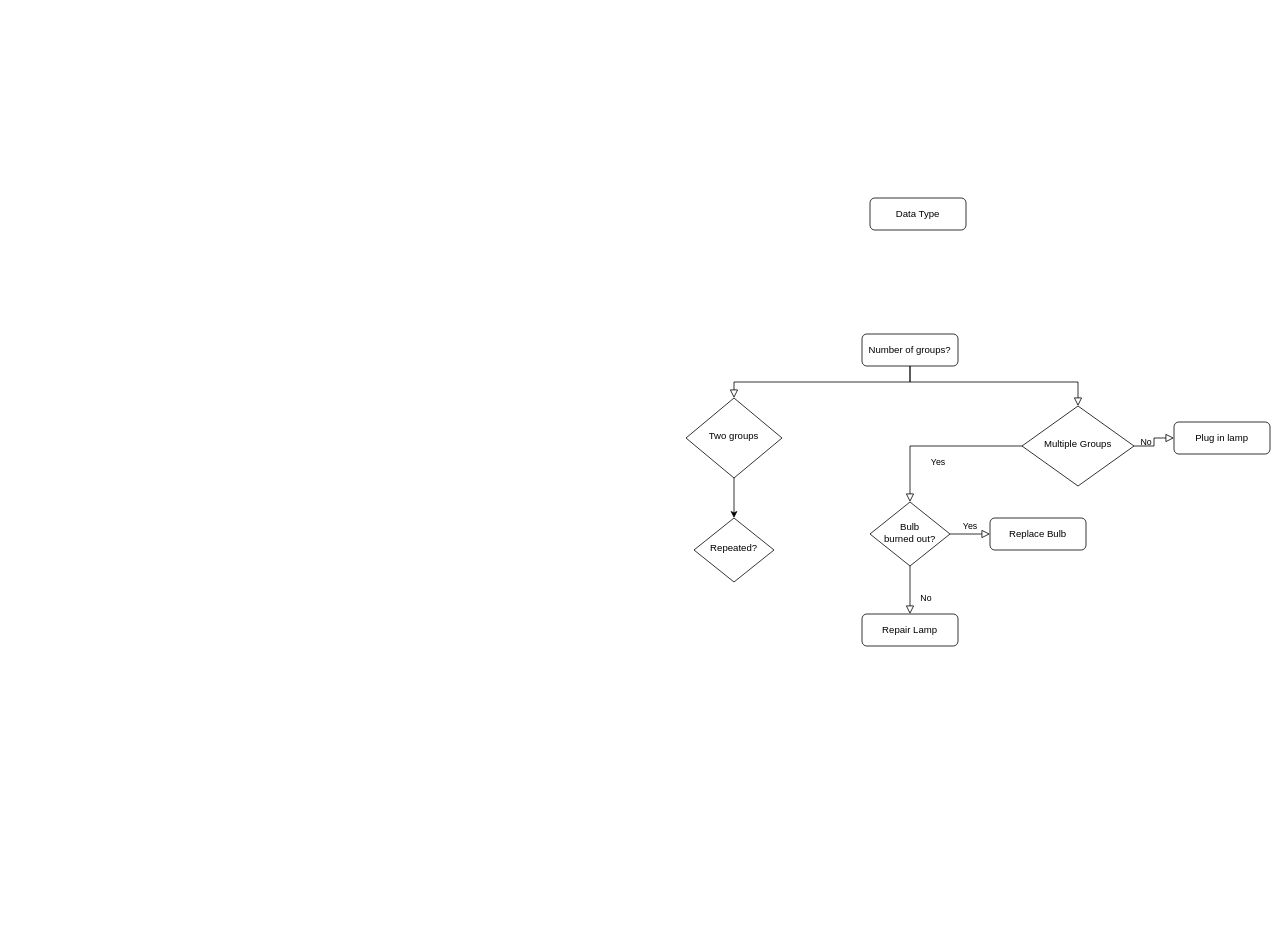
This is Somnium.drawio from matyasosvath/somnium, a draw.io file, before an edit. Source tidied: cells renumbered, new cells numbered last; positions are measured from the earlier drawing's top-left corner, leaving out a move shared by most shapes. Both pictures are drawn from the tidied source at 80%, with x=0, y=0 at pixel (686, 198).
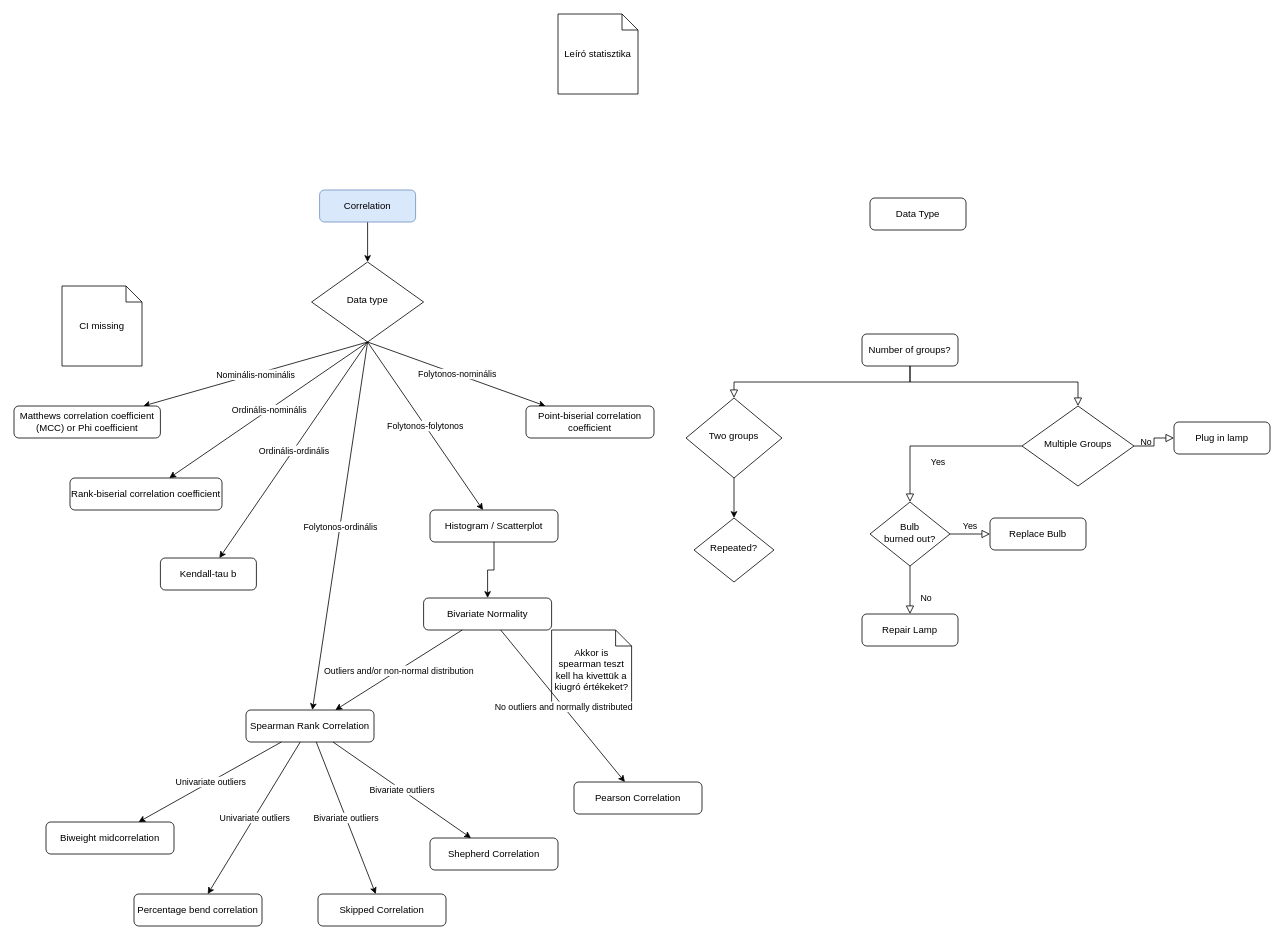
The same page after the edit.

Commit message (it also covers changes not shown here):
added correlation folyamatabra

Change to the diagram source:
```diff
@@
+    <mxCell id="19" value="Akkor is spearman teszt kell ha kivettük a kiugró értékeket?" style="shape=note;size=20;whiteSpace=wrap;html=1;" parent="1" vertex="1">
+      <mxGeometry x="-168" y="540" width="100" height="100" as="geometry" />
+    </mxCell>
@@
+    <mxCell id="20" style="edgeStyle=orthogonalEdgeStyle;rounded=0;jettySize=auto;html=1;" parent="1" edge="1" source="21" target="22">
+      <mxGeometry relative="1" as="geometry" />
+    </mxCell>
+    <mxCell id="21" value="Correlation" style="rounded=1;whiteSpace=wrap;html=1;fontSize=12;glass=0;strokeWidth=1;shadow=0;fillColor=#dae8fc;strokeColor=#6c8ebf;" parent="1" vertex="1">
+      <mxGeometry x="-458" y="-10" width="120" height="40" as="geometry" />
+    </mxCell>
+    <mxCell id="22" value="Data type" style="rhombus;whiteSpace=wrap;html=1;shadow=0;fontFamily=Helvetica;fontSize=12;align=center;strokeWidth=1;spacing=6;spacingTop=-4;" parent="1" vertex="1">
+      <mxGeometry x="-468" y="80" width="140" height="100" as="geometry" />
+    </mxCell>
+    <mxCell id="23" value="Kendall-tau b" style="rounded=1;whiteSpace=wrap;html=1;fontSize=12;glass=0;strokeWidth=1;shadow=0;" parent="1" vertex="1">
+      <mxGeometry x="-657" y="450" width="120" height="40" as="geometry" />
+    </mxCell>
+    <mxCell id="24" style="edgeStyle=orthogonalEdgeStyle;rounded=0;orthogonalLoop=1;jettySize=auto;html=1;exitX=0.5;exitY=1;exitDx=0;exitDy=0;" parent="1" edge="1">
+      <mxGeometry relative="1" as="geometry">
+        <mxPoint x="-598" y="350" as="sourcePoint" />
+        <mxPoint x="-598" y="350" as="targetPoint" />
+      </mxGeometry>
+    </mxCell>
+    <mxCell id="25" style="endArrow=classic;html=1;rounded=0;exitX=0.5;exitY=1;exitDx=0;exitDy=0;" parent="1" edge="1" source="22" target="36">
+      <mxGeometry relative="1" as="geometry" />
+    </mxCell>
+    <mxCell id="26" value="Folytonos-folytonos" style="edgeLabel;html=1;align=center;verticalAlign=middle;" parent="25" vertex="1">
+      <mxGeometry relative="1" as="geometry" />
+    </mxCell>
+    <mxCell id="27" style="endArrow=classic;html=1;rounded=0;exitX=0.5;exitY=1;exitDx=0;exitDy=0;" parent="1" edge="1" source="22" target="39">
+      <mxGeometry relative="1" as="geometry" />
+    </mxCell>
+    <mxCell id="28" value="Nominális-nominális" style="edgeLabel;html=1;align=center;verticalAlign=middle;" parent="27" vertex="1">
+      <mxGeometry relative="1" as="geometry" />
+    </mxCell>
+    <mxCell id="29" style="endArrow=classic;html=1;rounded=0;exitX=0.5;exitY=1;exitDx=0;exitDy=0;" parent="1" edge="1" source="22" target="38">
+      <mxGeometry relative="1" as="geometry" />
+    </mxCell>
+    <mxCell id="30" value="Ordinális-nominális" style="edgeLabel;html=1;align=center;verticalAlign=middle;" parent="29" vertex="1">
+      <mxGeometry relative="1" as="geometry" />
+    </mxCell>
+    <mxCell id="31" style="endArrow=classic;html=1;rounded=0;exitX=0.5;exitY=1;exitDx=0;exitDy=0;" parent="1" edge="1" source="22" target="23">
+      <mxGeometry relative="1" as="geometry" />
+    </mxCell>
+    <mxCell id="32" value="Ordinális-ordinális" style="edgeLabel;html=1;align=center;verticalAlign=middle;" parent="31" vertex="1">
+      <mxGeometry relative="1" as="geometry" />
+    </mxCell>
+    <mxCell id="33" style="endArrow=classic;html=1;rounded=0;exitX=0.5;exitY=1;exitDx=0;exitDy=0;" parent="1" edge="1" source="22" target="37">
+      <mxGeometry relative="1" as="geometry" />
+    </mxCell>
+    <mxCell id="34" value="Folytonos-nominális" style="edgeLabel;html=1;align=center;verticalAlign=middle;" parent="33" vertex="1">
+      <mxGeometry relative="1" as="geometry" />
+    </mxCell>
+    <mxCell id="35" style="edgeStyle=orthogonalEdgeStyle;rounded=0;jettySize=auto;html=1;" parent="1" edge="1" source="36" target="43">
+      <mxGeometry relative="1" as="geometry" />
+    </mxCell>
+    <mxCell id="36" value="Histogram / Scatterplot" style="rounded=1;whiteSpace=wrap;html=1;fontSize=12;glass=0;strokeWidth=1;shadow=0;" parent="1" vertex="1">
+      <mxGeometry x="-320" y="390" width="160" height="40" as="geometry" />
+    </mxCell>
+    <mxCell id="37" value="Point-biserial correlation coefficient" style="rounded=1;whiteSpace=wrap;html=1;fontSize=12;glass=0;strokeWidth=1;shadow=0;" parent="1" vertex="1">
+      <mxGeometry x="-200" y="260" width="160" height="40" as="geometry" />
+    </mxCell>
+    <mxCell id="38" value="Rank-biserial correlation coefficient" style="rounded=1;whiteSpace=wrap;html=1;fontSize=12;glass=0;strokeWidth=1;shadow=0;" parent="1" vertex="1">
+      <mxGeometry x="-770" y="350" width="190" height="40" as="geometry" />
+    </mxCell>
+    <mxCell id="39" value="Matthews correlation coefficient (MCC) or Phi coefficient" style="rounded=1;whiteSpace=wrap;html=1;fontSize=12;glass=0;strokeWidth=1;shadow=0;" parent="1" vertex="1">
+      <mxGeometry x="-840" y="260" width="183" height="40" as="geometry" />
+    </mxCell>
+    <mxCell id="40" style="endArrow=classic;html=1;rounded=0;exitX=0.5;exitY=1;exitDx=0;exitDy=0;" parent="1" edge="1" source="22" target="42">
+      <mxGeometry relative="1" as="geometry" />
+    </mxCell>
+    <mxCell id="41" value="Folytonos-ordinális" style="edgeLabel;html=1;align=center;verticalAlign=middle;" parent="40" vertex="1">
+      <mxGeometry relative="1" as="geometry" />
+    </mxCell>
+    <mxCell id="42" value="Spearman Rank Correlation" style="rounded=1;whiteSpace=wrap;html=1;fontSize=12;glass=0;strokeWidth=1;shadow=0;" parent="1" vertex="1">
+      <mxGeometry x="-550" y="640" width="160" height="40" as="geometry" />
+    </mxCell>
+    <mxCell id="43" value="Bivariate Normality" style="rounded=1;whiteSpace=wrap;html=1;fontSize=12;glass=0;strokeWidth=1;shadow=0;" parent="1" vertex="1">
+      <mxGeometry x="-328" y="500" width="160" height="40" as="geometry" />
+    </mxCell>
+    <mxCell id="44" value="Pearson Correlation" style="rounded=1;whiteSpace=wrap;html=1;fontSize=12;glass=0;strokeWidth=1;shadow=0;" parent="1" vertex="1">
+      <mxGeometry x="-140" y="730" width="160" height="40" as="geometry" />
+    </mxCell>
+    <mxCell id="45" style="endArrow=classic;html=1;rounded=0;" parent="1" edge="1" source="43" target="44">
+      <mxGeometry relative="1" as="geometry" />
+    </mxCell>
+    <mxCell id="46" value="No outliers and normally distributed" style="edgeLabel;html=1;align=center;verticalAlign=middle;" parent="45" vertex="1">
+      <mxGeometry relative="1" as="geometry" />
+    </mxCell>
+    <mxCell id="47" style="endArrow=classic;html=1;rounded=0;" parent="1" edge="1" source="43" target="42">
+      <mxGeometry relative="1" as="geometry" />
+    </mxCell>
+    <mxCell id="48" value="Outliers and/or non-normal distribution" style="edgeLabel;html=1;align=center;verticalAlign=middle;" parent="47" vertex="1">
+      <mxGeometry relative="1" as="geometry" />
+    </mxCell>
+    <mxCell id="49" value="CI missing" style="shape=note;size=20;whiteSpace=wrap;html=1;" parent="1" vertex="1">
+      <mxGeometry x="-780" y="110" width="100" height="100" as="geometry" />
+    </mxCell>
+    <mxCell id="50" value="Shepherd Correlation" style="rounded=1;whiteSpace=wrap;html=1;fontSize=12;glass=0;strokeWidth=1;shadow=0;" parent="1" vertex="1">
+      <mxGeometry x="-320" y="800" width="160" height="40" as="geometry" />
+    </mxCell>
+    <mxCell id="51" value="Skipped Correlation" style="rounded=1;whiteSpace=wrap;html=1;fontSize=12;glass=0;strokeWidth=1;shadow=0;" parent="1" vertex="1">
+      <mxGeometry x="-460" y="870" width="160" height="40" as="geometry" />
+    </mxCell>
+    <mxCell id="52" value="Percentage bend correlation" style="rounded=1;whiteSpace=wrap;html=1;fontSize=12;glass=0;strokeWidth=1;shadow=0;" parent="1" vertex="1">
+      <mxGeometry x="-690" y="870" width="160" height="40" as="geometry" />
+    </mxCell>
+    <mxCell id="53" value="Biweight midcorrelation" style="rounded=1;whiteSpace=wrap;html=1;fontSize=12;glass=0;strokeWidth=1;shadow=0;" parent="1" vertex="1">
+      <mxGeometry x="-800" y="780" width="160" height="40" as="geometry" />
+    </mxCell>
+    <mxCell id="54" style="endArrow=classic;html=1;rounded=0;" parent="1" edge="1" source="42" target="53">
+      <mxGeometry relative="1" as="geometry" />
+    </mxCell>
+    <mxCell id="55" value="Univariate outliers" style="edgeLabel;html=1;align=center;verticalAlign=middle;" parent="54" vertex="1">
+      <mxGeometry relative="1" as="geometry" />
+    </mxCell>
+    <mxCell id="56" style="endArrow=classic;html=1;rounded=0;" parent="1" edge="1" source="42" target="52">
+      <mxGeometry relative="1" as="geometry" />
+    </mxCell>
+    <mxCell id="57" value="Univariate outliers" style="edgeLabel;html=1;align=center;verticalAlign=middle;" parent="56" vertex="1">
+      <mxGeometry relative="1" as="geometry" />
+    </mxCell>
+    <mxCell id="58" style="endArrow=classic;html=1;rounded=0;" parent="1" edge="1" source="42" target="51">
+      <mxGeometry relative="1" as="geometry" />
+    </mxCell>
+    <mxCell id="59" value="Bivariate outliers" style="edgeLabel;html=1;align=center;verticalAlign=middle;" parent="58" vertex="1">
+      <mxGeometry relative="1" as="geometry" />
+    </mxCell>
+    <mxCell id="60" style="endArrow=classic;html=1;rounded=0;" parent="1" edge="1" source="42" target="50">
+      <mxGeometry relative="1" as="geometry" />
+    </mxCell>
+    <mxCell id="61" value="Bivariate outliers" style="edgeLabel;html=1;align=center;verticalAlign=middle;" parent="60" vertex="1">
+      <mxGeometry relative="1" as="geometry" />
+    </mxCell>
+    <mxCell id="62" value="Leíró statisztika" style="shape=note;size=20;whiteSpace=wrap;html=1;" parent="1" vertex="1">
+      <mxGeometry x="-160" y="-230" width="100" height="100" as="geometry" />
+    </mxCell>
```
